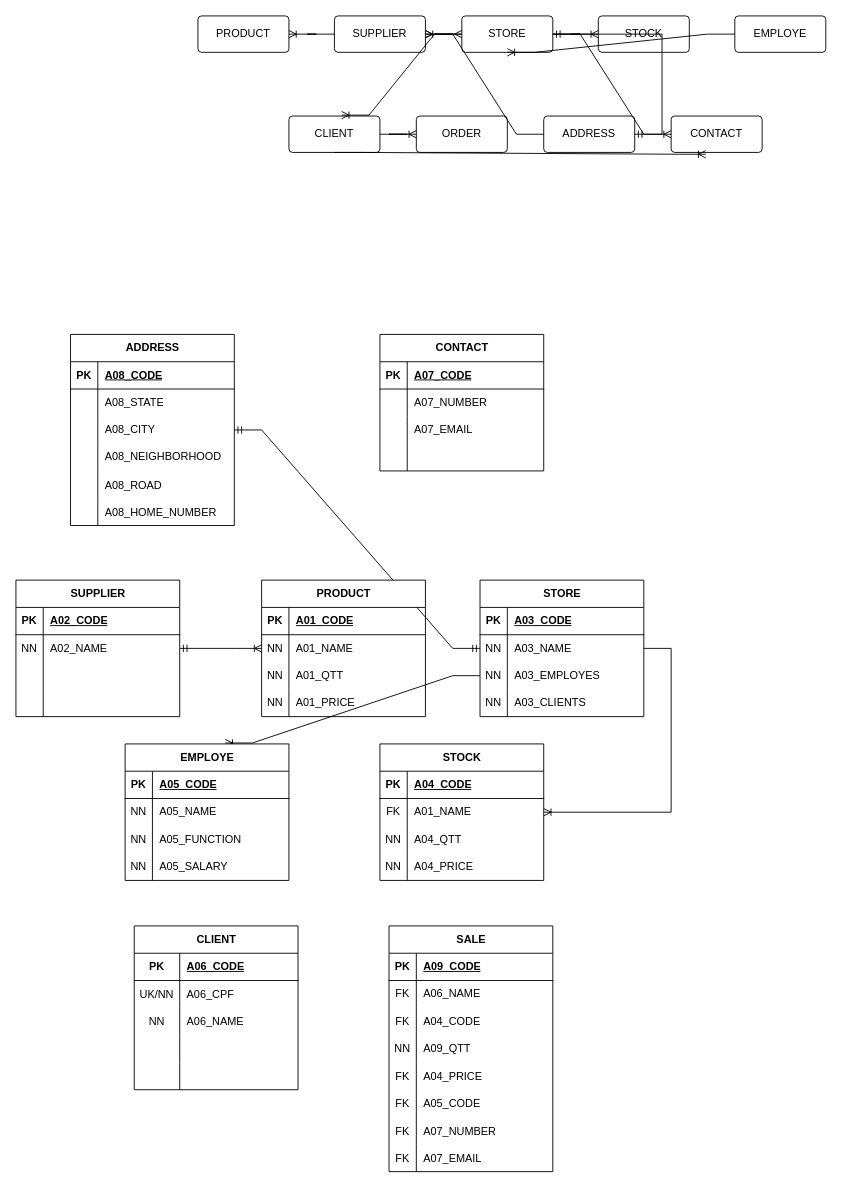
This is Diagram_from_store.drawio from maurilio-sousa/exercicios_de_aula, a draw.io file, before an edit. Source tidied: cells renumbered, new cells numbered last; positions are measured from the earlier drawing's top-left corner, leaving out a move shared by most shapes. Both pictures are drawn from the tidied source at 91%, with x=0, y=0 at pixel (15, 15).
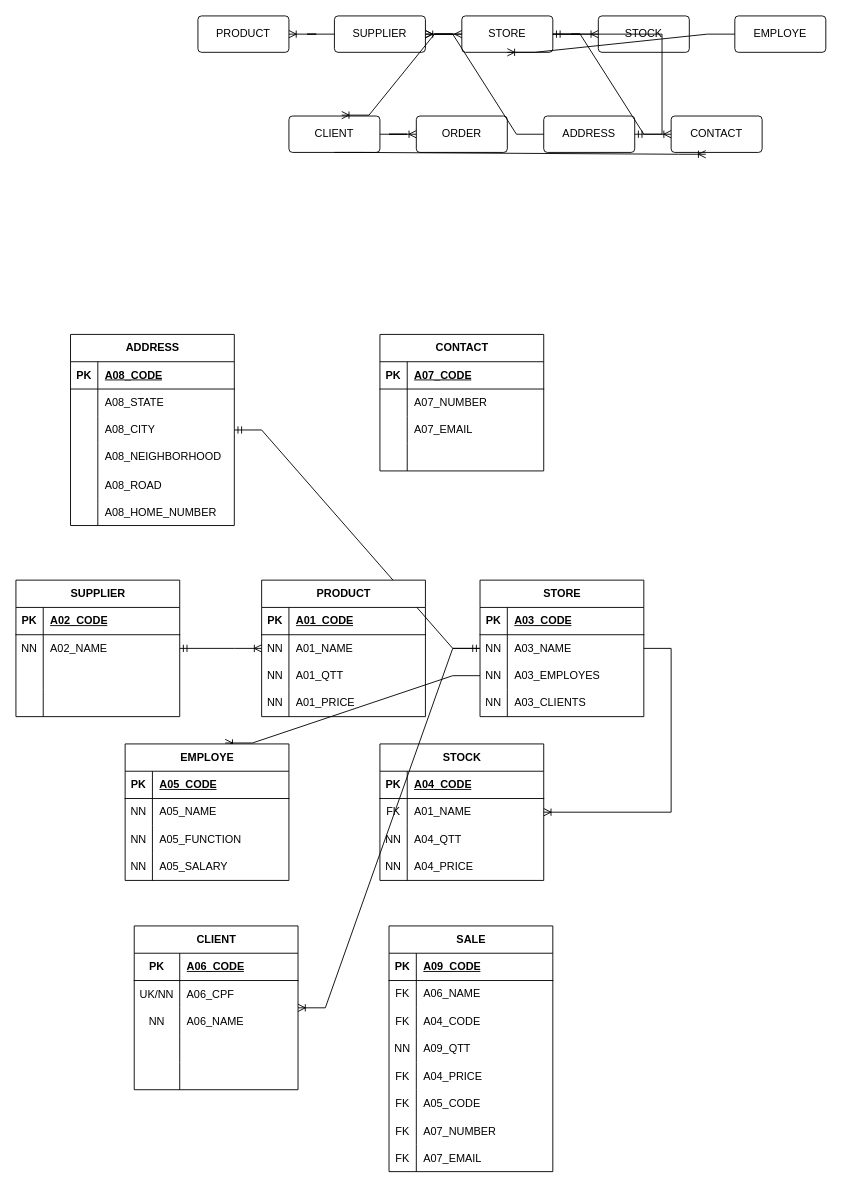
The same page after the edit.

The change refers to these unchanged cells:
```xml
<mxCell id="62" value="CLIENT" style="shape=table;startSize=30;childLayout=tableLayout;rowLines=0;fontStyle=1;align=center;html=1;" parent="1" vertex="1">
  <mxGeometry x="130" y="1000" width="180" height="180" as="geometry" />
</mxCell>
<mxCell id="92" value="STORE" style="shape=table;startSize=30;childLayout=tableLayout;rowLines=0;fontStyle=1;align=center;html=1;" parent="1" vertex="1">
  <mxGeometry x="510" y="620" width="180" height="150" as="geometry" />
</mxCell>
```

Diff of the diagram source:
```diff
@@
+    <mxCell id="163" style="edgeStyle=entityRelationEdgeStyle;fontSize=12;html=1;endArrow=ERoneToMany;rounded=0;" parent="1" edge="1" source="92" target="62">
+      <mxGeometry relative="1" as="geometry" />
+    </mxCell>
```
